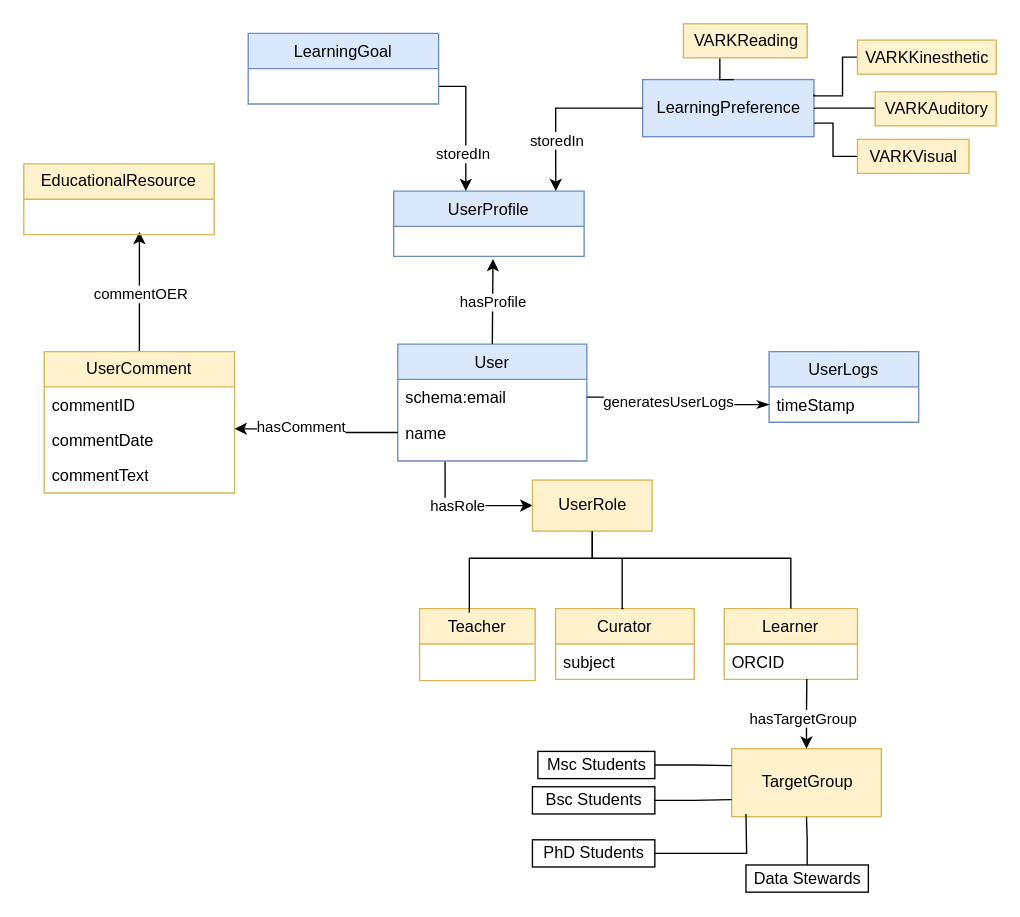
Earlier version of the draw.io diagram visualisations/PersonalGraph_Pattern.drawio (data-literacy-alliance/dalia-ontology). Source tidied: cells renumbered, new cells numbered last; positions are measured from the earlier drawing's top-left corner, leaving out a move shared by most shapes. Both pictures are drawn from the tidied source at 136%, with x=0, y=0 at pixel (23, 23).
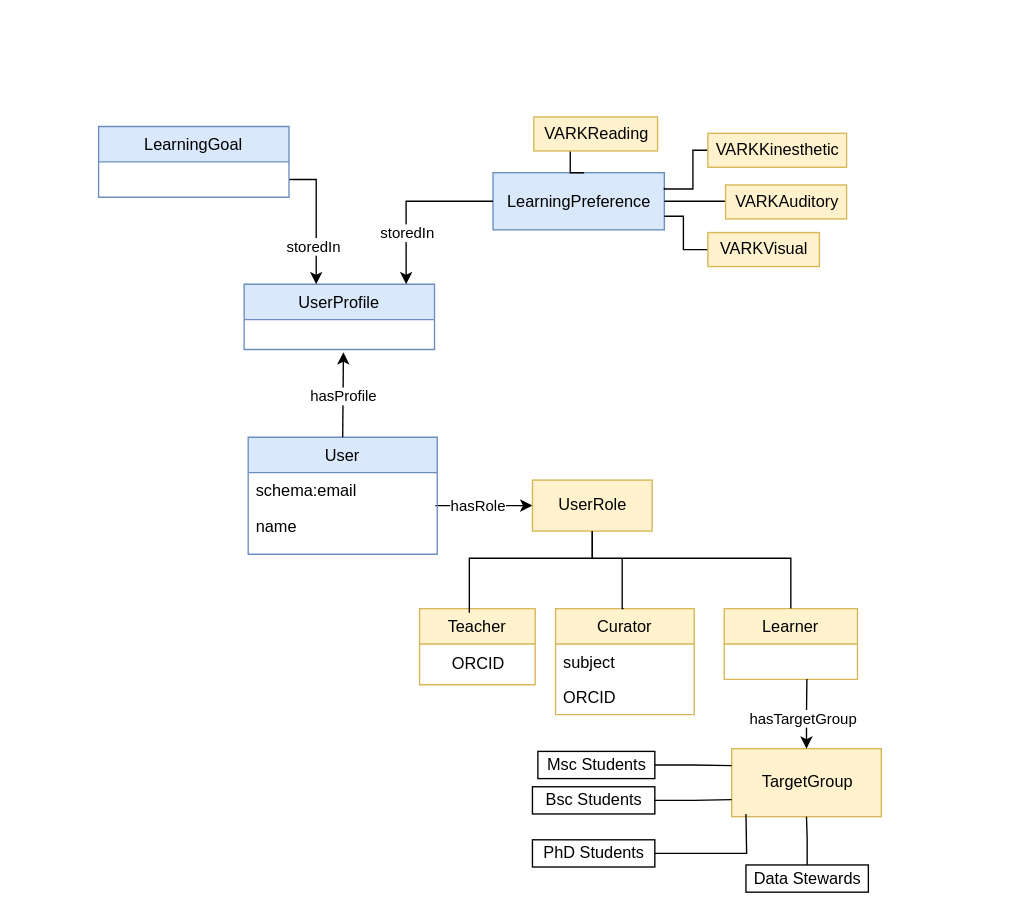
The same page after the edit.

Unchanged cells that the change refers to:
```xml
<mxCell id="2" value="Learner" style="swimlane;fontStyle=0;align=center;verticalAlign=top;horizontal=1;startSize=26;rounded=0;shadow=0;strokeWidth=1;fillColor=#fff2cc;strokeColor=#d6b656;" parent="1" vertex="1">
  <mxGeometry x="515" y="430" width="98" height="52" as="geometry" />
</mxCell>
<mxCell id="8" value="schema:email" style="text;align=left;verticalAlign=top;spacingLeft=4;spacingRight=4;overflow=hidden;points=[[0,0.5],[1,0.5]];portConstraint=eastwest;" parent="7" vertex="1">
  <mxGeometry y="26" width="139" height="26" as="geometry" />
</mxCell>
<mxCell id="9" value="name" style="text;align=left;verticalAlign=top;spacingLeft=4;spacingRight=4;overflow=hidden;points=[[0,0.5],[1,0.5]];portConstraint=eastwest;rounded=0;shadow=0;html=0;" parent="7" vertex="1">
  <mxGeometry y="52" width="139" height="26" as="geometry" />
</mxCell>
<mxCell id="21" value="UserRole" style="html=1;fillColor=#fff2cc;strokeColor=#d6b656;" parent="1" vertex="1">
  <mxGeometry x="374" y="335.5" width="88" height="37.5" as="geometry" />
</mxCell>
<mxCell id="46" value="TargetGroup" style="html=1;fillColor=#fff2cc;strokeColor=#d6b656;" parent="1" vertex="1">
  <mxGeometry x="520.5" y="533" width="110" height="50" as="geometry" />
</mxCell>
```

The edit, as a diff of the source:
```diff
@@
-    <mxCell id="3" value="ORCID" style="text;align=left;verticalAlign=top;spacingLeft=4;spacingRight=4;overflow=hidden;points=[[0,0.5],[1,0.5]];portConstraint=eastwest;" parent="2" vertex="1">
-      <mxGeometry y="26" width="98" height="26" as="geometry" />
-    </mxCell>
@@
-    <mxCell id="5" style="edgeStyle=orthogonalEdgeStyle;rounded=0;jettySize=auto;html=1;exitX=0.25;exitY=1;exitDx=0;exitDy=0;entryX=0;entryY=0.5;entryDx=0;entryDy=0;endArrow=classic;endFill=1;" parent="1" edge="1" source="7" target="21">
+    <mxCell id="5" style="edgeStyle=orthogonalEdgeStyle;rounded=0;jettySize=auto;html=1;exitX=0.99;exitY=-0.065;exitDx=0;exitDy=0;entryX=0;entryY=0.5;entryDx=0;entryDy=0;endArrow=classic;endFill=1;exitPerimeter=0;" parent="1" edge="1" source="9" target="21">
       <mxGeometry relative="1" as="geometry" />
     </mxCell>
@@
     <mxCell id="7" value="User" style="swimlane;fontStyle=0;align=center;verticalAlign=top;horizontal=1;startSize=26;rounded=0;shadow=0;strokeWidth=1;fillColor=#dae8fc;strokeColor=#6c8ebf;" parent="1" vertex="1">
-      <mxGeometry x="275" y="235.5" width="139" height="86" as="geometry" />
+      <mxGeometry x="165" y="304" width="139" height="86" as="geometry" />
     </mxCell>
@@
     <mxCell id="10" value="UserProfile" style="swimlane;fontStyle=0;horizontal=1;startSize=26;fillColor=#dae8fc;strokeColor=#6c8ebf;" parent="1" vertex="1">
-      <mxGeometry x="272" y="123" width="140" height="48" as="geometry" />
+      <mxGeometry x="162" y="191.5" width="140" height="48" as="geometry" />
     </mxCell>
     <mxCell id="11" style="endArrow=classic;html=1;rounded=0;exitX=0.5;exitY=0;exitDx=0;exitDy=0;" parent="1" edge="1" source="7">
       <mxGeometry relative="1" as="geometry">
-        <mxPoint x="345" y="173" as="targetPoint" />
+        <mxPoint x="235" y="241.5" as="targetPoint" />
       </mxGeometry>
     </mxCell>
@@
     <mxCell id="13" style="edgeStyle=orthogonalEdgeStyle;rounded=0;jettySize=auto;html=1;exitX=1;exitY=0.75;exitDx=0;exitDy=0;" parent="1" edge="1" source="15">
       <mxGeometry relative="1" as="geometry">
-        <mxPoint x="325" y="123" as="targetPoint" />
+        <mxPoint x="215" y="191.5" as="targetPoint" />
         <Array as="points">
-          <mxPoint x="325" y="46" />
-          <mxPoint x="325" y="123" />
+          <mxPoint x="215" y="114.5" />
+          <mxPoint x="215" y="191.5" />
         </Array>
       </mxGeometry>
     </mxCell>
@@
     <mxCell id="15" value="LearningGoal" style="swimlane;fontStyle=0;horizontal=1;startSize=26;fillColor=#dae8fc;strokeColor=#6c8ebf;" parent="1" vertex="1">
-      <mxGeometry x="165" y="7" width="140" height="52" as="geometry" />
+      <mxGeometry x="55" y="75.5" width="140" height="52" as="geometry" />
     </mxCell>
     <mxCell id="16" value="Teacher" style="swimlane;fontStyle=0;align=center;verticalAlign=top;horizontal=1;startSize=26;rounded=0;shadow=0;strokeWidth=1;fillColor=#fff2cc;strokeColor=#d6b656;" parent="1" vertex="1">
-      <mxGeometry x="291" y="430" width="85" height="53" as="geometry" />
+      <mxGeometry x="291" y="430" width="85" height="56" as="geometry" />
     </mxCell>
-    <mxCell id="17" value="UserLogs" style="swimlane;fontStyle=0;horizontal=1;startSize=26;fillColor=#dae8fc;strokeColor=#6c8ebf;" parent="1" vertex="1">
-      <mxGeometry x="548" y="241" width="110" height="52" as="geometry" />
-    </mxCell>
-    <mxCell id="18" value="timeStamp" style="text;strokeColor=none;fillColor=none;align=left;verticalAlign=top;spacingLeft=4;spacingRight=4;overflow=hidden;points=[[0,0.5],[1,0.5]];portConstraint=eastwest;" parent="17" vertex="1">
-      <mxGeometry y="26" width="110" height="26" as="geometry" />
-    </mxCell>
-    <mxCell id="19" style="edgeStyle=orthogonalEdgeStyle;rounded=0;jettySize=auto;html=1;endArrow=classicThin;endFill=1;entryX=0;entryY=0.5;entryDx=0;entryDy=0;" parent="1" edge="1" source="8" target="18">
-      <mxGeometry relative="1" as="geometry" />
-    </mxCell>
-    <mxCell id="20" value="generatesUserLogs" style="edgeLabel;html=1;align=center;verticalAlign=middle;" parent="19" vertex="1">
-      <mxGeometry x="0.16" y="-1" relative="1" as="geometry">
-        <mxPoint x="-16" y="-4" as="offset" />
-      </mxGeometry>
-    </mxCell>
+    <mxCell id="57" value="ORCID" style="text;html=1;align=center;verticalAlign=middle;strokeColor=none;fillColor=none;" parent="16" vertex="1">
+      <mxGeometry y="26" width="85" height="30" as="geometry" />
+    </mxCell>
@@
     <mxCell id="22" value="LearningPreference" style="html=1;fillColor=#dae8fc;strokeColor=#6c8ebf;" parent="1" vertex="1">
-      <mxGeometry x="455" y="41" width="126" height="42" as="geometry" />
+      <mxGeometry x="345" y="109.5" width="126" height="42" as="geometry" />
     </mxCell>
@@
     <mxCell id="25" value="Curator" style="swimlane;fontStyle=0;align=center;verticalAlign=top;horizontal=1;startSize=26;rounded=0;shadow=0;strokeWidth=1;fillColor=#fff2cc;strokeColor=#d6b656;" parent="1" vertex="1">
-      <mxGeometry x="391" y="430" width="102" height="52" as="geometry" />
+      <mxGeometry x="391" y="430" width="102" height="78" as="geometry" />
     </mxCell>
@@
+    <mxCell id="3" value="ORCID" style="text;align=left;verticalAlign=top;spacingLeft=4;spacingRight=4;overflow=hidden;points=[[0,0.5],[1,0.5]];portConstraint=eastwest;" parent="25" vertex="1">
+      <mxGeometry y="52" width="102" height="26" as="geometry" />
+    </mxCell>
@@
     <mxCell id="28" style="edgeStyle=orthogonalEdgeStyle;rounded=0;jettySize=auto;html=1;exitX=1;exitY=0.75;exitDx=0;exitDy=0;entryX=0;entryY=0.5;entryDx=0;entryDy=0;endArrow=none;endFill=0;" parent="1" edge="1" target="32">
       <mxGeometry relative="1" as="geometry">
-        <mxPoint x="581" y="73" as="sourcePoint" />
+        <mxPoint x="471" y="141.5" as="sourcePoint" />
         <Array as="points">
-          <mxPoint x="595" y="73" />
-          <mxPoint x="595" y="98" />
+          <mxPoint x="485" y="141.5" />
+          <mxPoint x="485" y="166.5" />
         </Array>
       </mxGeometry>
     </mxCell>
     <mxCell id="29" style="edgeStyle=orthogonalEdgeStyle;rounded=0;jettySize=auto;html=1;exitX=1;exitY=0.5;exitDx=0;exitDy=0;endArrow=none;endFill=0;" parent="1" edge="1" target="33">
       <mxGeometry relative="1" as="geometry">
-        <mxPoint x="581" y="62" as="sourcePoint" />
+        <mxPoint x="471" y="130.5" as="sourcePoint" />
       </mxGeometry>
     </mxCell>
     <mxCell id="30" style="edgeStyle=orthogonalEdgeStyle;rounded=0;jettySize=auto;html=1;exitX=1;exitY=0.25;exitDx=0;exitDy=0;entryX=0;entryY=0.5;entryDx=0;entryDy=0;endArrow=none;endFill=0;" parent="1" edge="1" target="34">
       <mxGeometry relative="1" as="geometry">
-        <mxPoint x="581" y="52" as="sourcePoint" />
+        <mxPoint x="471" y="120.5" as="sourcePoint" />
         <Array as="points">
-          <mxPoint x="581" y="53" />
-          <mxPoint x="602" y="53" />
-          <mxPoint x="602" y="25" />
+          <mxPoint x="471" y="121.5" />
+          <mxPoint x="492" y="121.5" />
+          <mxPoint x="492" y="93.5" />
         </Array>
       </mxGeometry>
     </mxCell>
     <mxCell id="31" style="edgeStyle=orthogonalEdgeStyle;rounded=0;orthogonalLoop=1;jettySize=auto;html=1;exitX=0.5;exitY=0;exitDx=0;exitDy=0;entryX=0.25;entryY=1;entryDx=0;entryDy=0;endArrow=none;endFill=0;" parent="1" edge="1">
       <mxGeometry relative="1" as="geometry">
-        <mxPoint x="522" y="41" as="sourcePoint" />
-        <mxPoint x="511.8" y="25" as="targetPoint" />
+        <mxPoint x="412" y="109.5" as="sourcePoint" />
+        <mxPoint x="401.8" y="93.5" as="targetPoint" />
       </mxGeometry>
     </mxCell>
     <mxCell id="32" value="VARKVisual" style="html=1;fillColor=#fff2cc;strokeColor=#d6b656;" parent="1" vertex="1">
-      <mxGeometry x="613" y="85" width="82" height="25" as="geometry" />
+      <mxGeometry x="503" y="153.5" width="82" height="25" as="geometry" />
     </mxCell>
     <mxCell id="33" value="VARKAuditory" style="html=1;fillColor=#fff2cc;strokeColor=#d6b656;" parent="1" vertex="1">
-      <mxGeometry x="626" y="50" width="89" height="25" as="geometry" />
+      <mxGeometry x="516" y="118.5" width="89" height="25" as="geometry" />
     </mxCell>
     <mxCell id="34" value="VARKKinesthetic" style="html=1;fillColor=#fff2cc;strokeColor=#d6b656;" parent="1" vertex="1">
-      <mxGeometry x="613" y="12" width="102" height="25" as="geometry" />
+      <mxGeometry x="503" y="80.5" width="102" height="25" as="geometry" />
     </mxCell>
     <mxCell id="35" value="VARKReading" style="html=1;fillColor=#fff2cc;strokeColor=#d6b656;" parent="1" vertex="1">
-      <mxGeometry x="485" width="91" height="25" as="geometry" />
+      <mxGeometry x="375" y="68.5" width="91" height="25" as="geometry" />
     </mxCell>
-    <mxCell id="36" style="edgeStyle=orthogonalEdgeStyle;rounded=0;jettySize=auto;html=1;exitX=0.5;exitY=0;exitDx=0;exitDy=0;" parent="1" edge="1" source="38">
-      <mxGeometry relative="1" as="geometry">
-        <mxPoint x="85" y="153" as="targetPoint" />
-      </mxGeometry>
-    </mxCell>
-    <mxCell id="37" value="commentOER" style="edgeLabel;html=1;align=center;verticalAlign=middle;" parent="36" vertex="1">
-      <mxGeometry x="-0.02" relative="1" as="geometry" />
-    </mxCell>
-    <mxCell id="38" value="UserComment" style="swimlane;fontStyle=0;horizontal=1;startSize=26;fillColor=#fff2cc;whiteSpace=wrap;html=1;strokeColor=#d6b656;" parent="1" vertex="1">
-      <mxGeometry x="15" y="241" width="140" height="104" as="geometry" />
-    </mxCell>
-    <mxCell id="39" value="commentID" style="text;strokeColor=none;fillColor=none;align=left;verticalAlign=top;spacingLeft=4;spacingRight=4;overflow=hidden;whiteSpace=wrap;html=1;" parent="38" vertex="1">
-      <mxGeometry y="26" width="140" height="26" as="geometry" />
-    </mxCell>
-    <mxCell id="40" value="commentDate" style="text;strokeColor=none;fillColor=none;align=left;verticalAlign=top;spacingLeft=4;spacingRight=4;overflow=hidden;points=[[0,0.5],[1,0.5]];portConstraint=eastwest;whiteSpace=wrap;html=1;" parent="38" vertex="1">
-      <mxGeometry y="52" width="140" height="26" as="geometry" />
-    </mxCell>
-    <mxCell id="41" value="commentText" style="text;strokeColor=none;fillColor=none;align=left;verticalAlign=top;spacingLeft=4;spacingRight=4;overflow=hidden;whiteSpace=wrap;html=1;" parent="38" vertex="1">
-      <mxGeometry y="78" width="140" height="26" as="geometry" />
-    </mxCell>
-    <mxCell id="42" style="edgeStyle=orthogonalEdgeStyle;rounded=0;jettySize=auto;html=1;exitX=0;exitY=0.5;exitDx=0;exitDy=0;entryX=1;entryY=0.185;entryDx=0;entryDy=0;entryPerimeter=0;" parent="1" edge="1" source="9" target="40">
-      <mxGeometry relative="1" as="geometry" />
-    </mxCell>
-    <mxCell id="43" value="hasComment" style="edgeLabel;html=1;align=center;verticalAlign=middle;" parent="42" vertex="1">
-      <mxGeometry x="0.21" y="-1" relative="1" as="geometry" />
-    </mxCell>
-    <mxCell id="44" value="EducationalResource" style="swimlane;fontStyle=0;horizontal=1;startSize=26;fillColor=#fff2cc;whiteSpace=wrap;html=1;strokeColor=#d6b656;" parent="1" vertex="1">
-      <mxGeometry y="103" width="140" height="52" as="geometry" />
-    </mxCell>
@@
-    <mxCell id="55" style="edgeStyle=orthogonalEdgeStyle;rounded=0;jettySize=auto;html=1;exitX=0.5;exitY=0;exitDx=0;exitDy=0;entryX=0.62;entryY=0.992;entryDx=0;entryDy=0;entryPerimeter=0;endArrow=none;endFill=0;startArrow=classic;startFill=1;" parent="1" edge="1" source="46" target="3">
-      <mxGeometry relative="1" as="geometry" />
+    <mxCell id="55" style="edgeStyle=orthogonalEdgeStyle;rounded=0;jettySize=auto;html=1;exitX=0.5;exitY=0;exitDx=0;exitDy=0;entryX=0.62;entryY=0.992;entryDx=0;entryDy=0;entryPerimeter=0;endArrow=none;endFill=0;startArrow=classic;startFill=1;" parent="1" edge="1" source="46">
+      <mxGeometry relative="1" as="geometry">
+        <mxPoint x="575.8" y="481.8" as="targetPoint" />
+      </mxGeometry>
     </mxCell>
```
